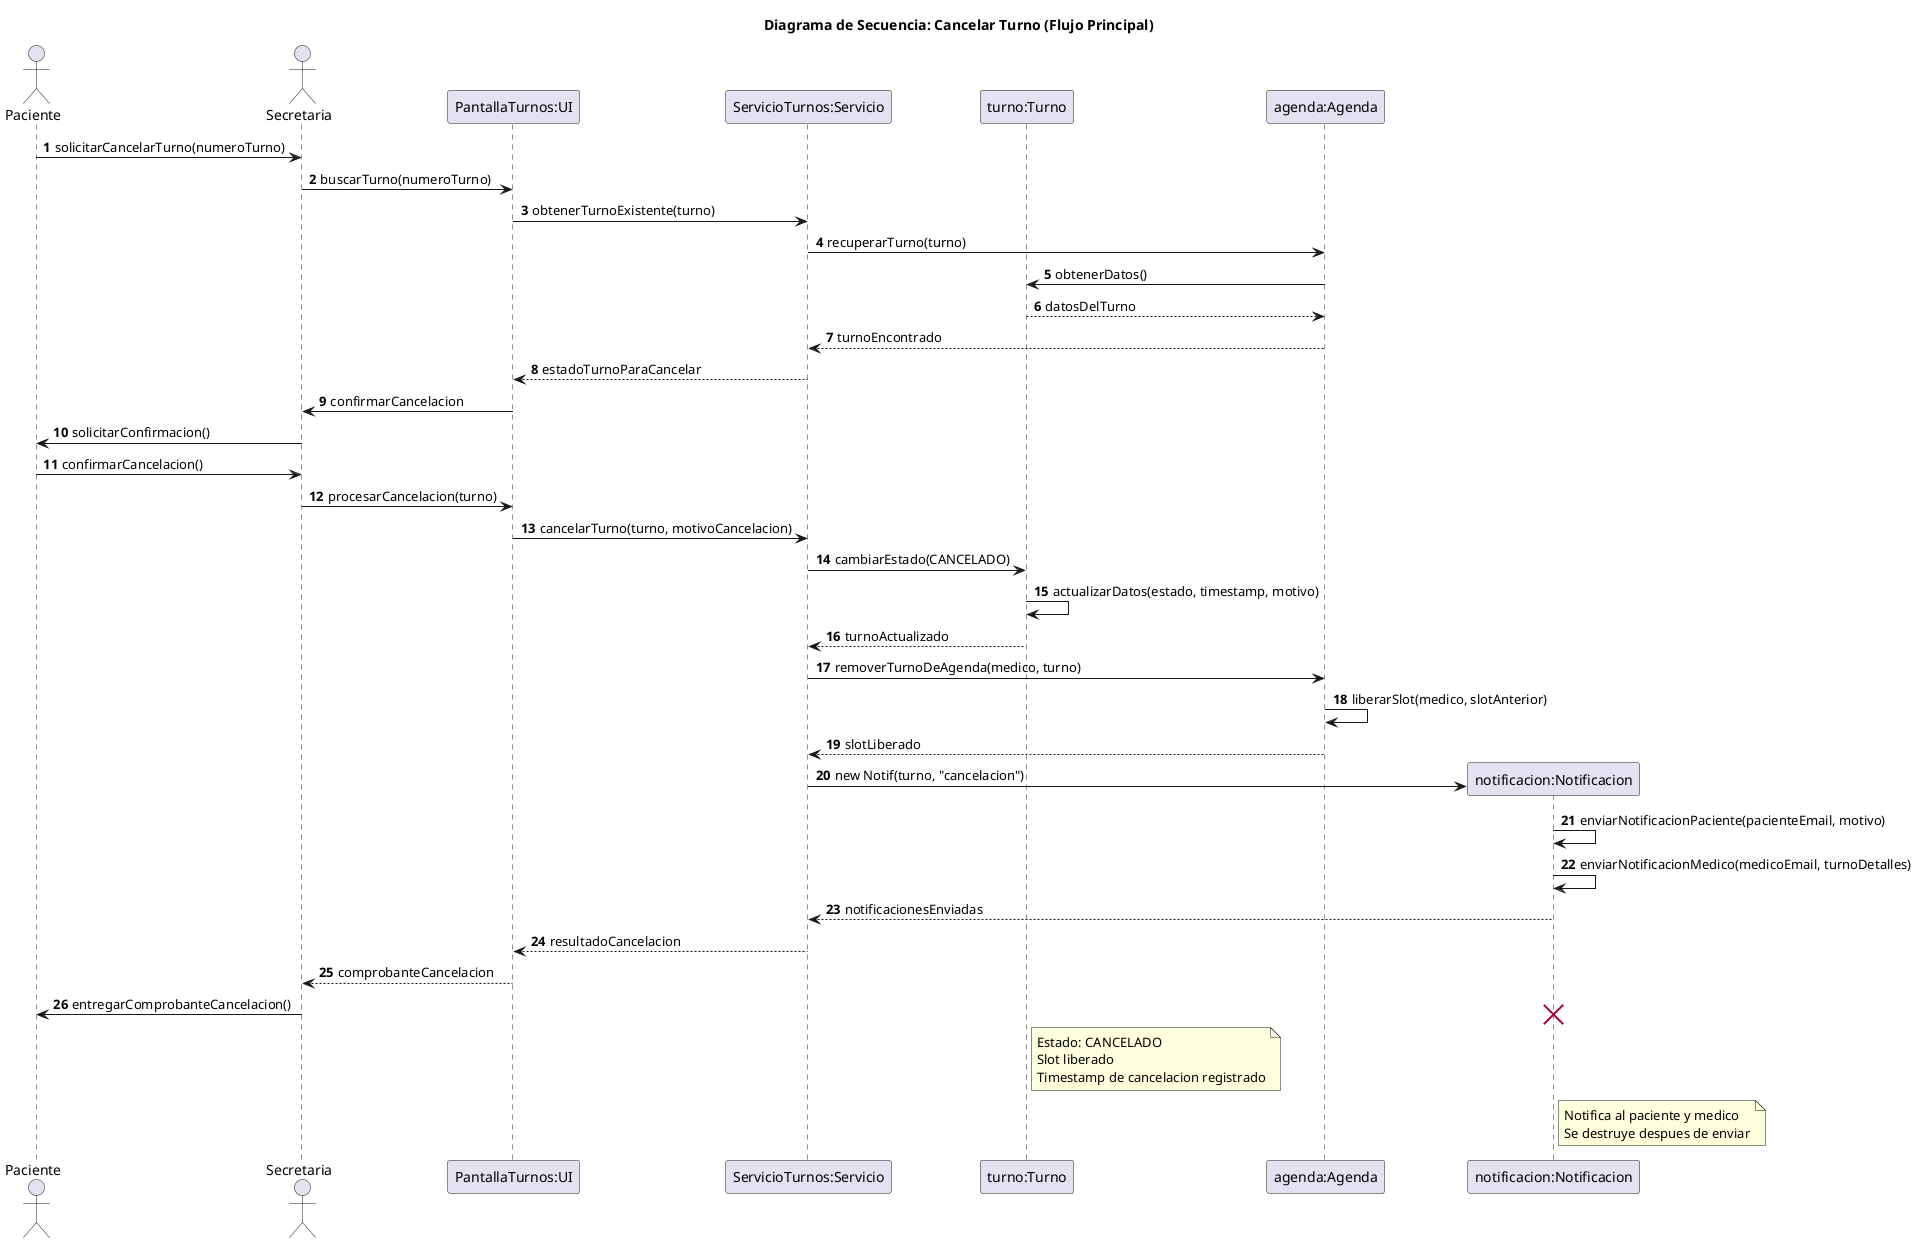
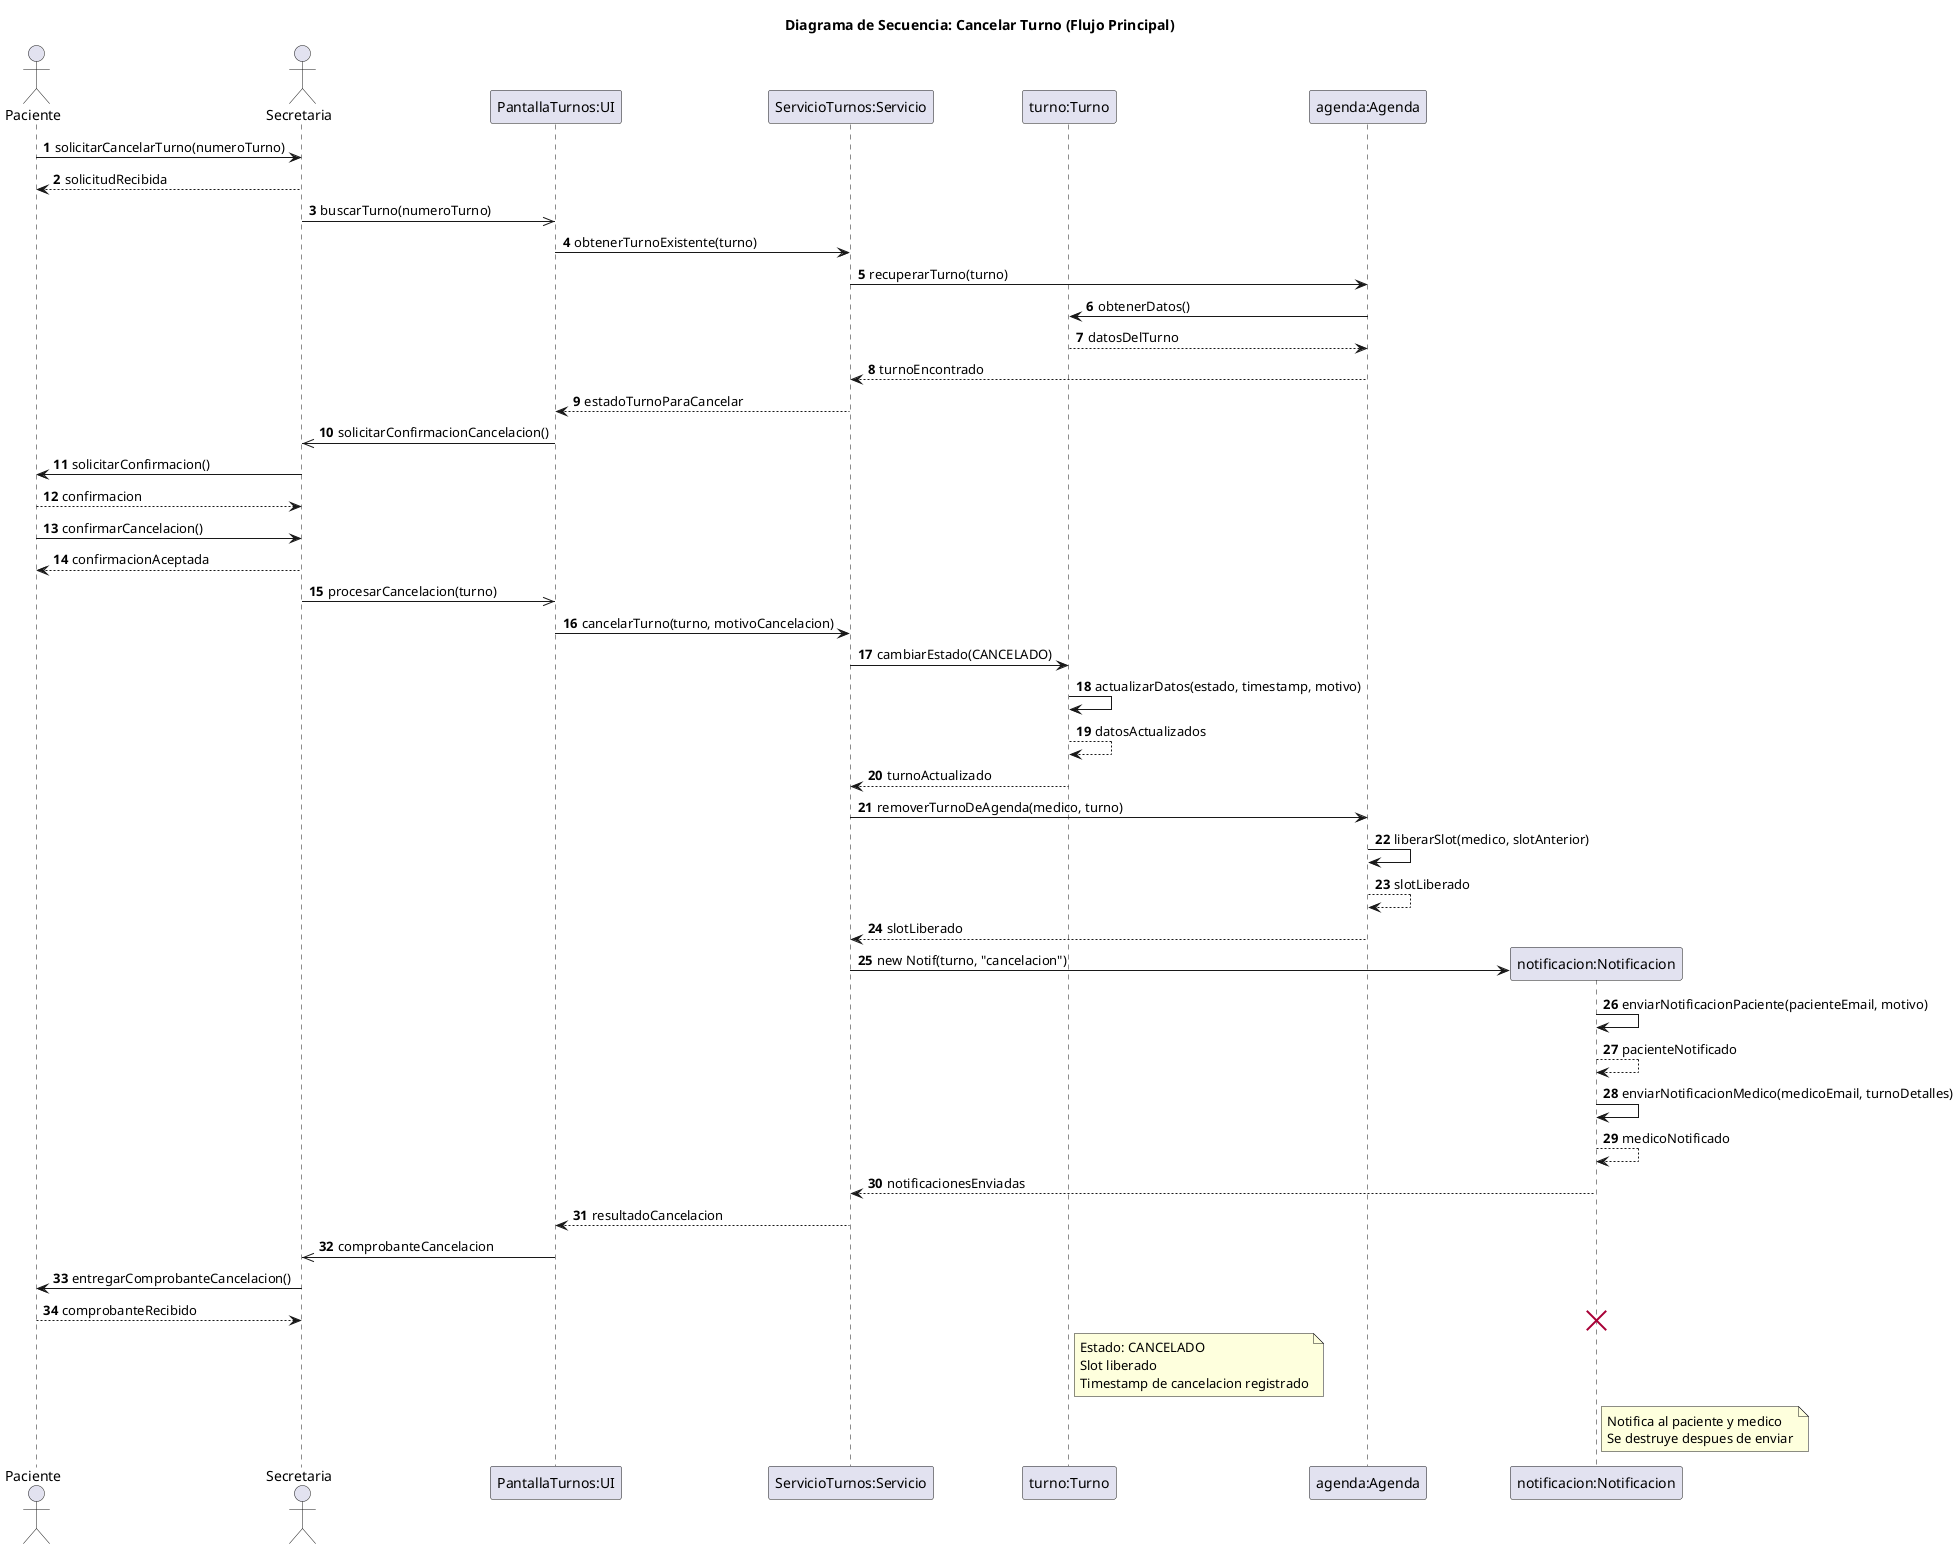
@startuml 05-secuencia-cancelar-turno-flujo-principal-03
title Diagrama de Secuencia: Cancelar Turno (Flujo Principal)

actor Paciente
actor Secretaria
participant "PantallaTurnos:UI" as UI
participant "ServicioTurnos:Servicio" as Servicio
participant "turno:Turno" as Turno
participant "agenda:Agenda" as Agenda
participant "notificacion:Notificacion" as Notif

autonumber

Paciente -> Secretaria: solicitarCancelarTurno(numeroTurno)
- Secretaria -> UI: buscarTurno(numeroTurno)
+ Secretaria --> Paciente: solicitudRecibida
+ Secretaria ->> UI: buscarTurno(numeroTurno)
UI -> Servicio: obtenerTurnoExistente(turno)
Servicio -> Agenda: recuperarTurno(turno)
Agenda -> Turno: obtenerDatos()
Turno --> Agenda: datosDelTurno
Agenda --> Servicio: turnoEncontrado
Servicio --> UI: estadoTurnoParaCancelar
- UI -> Secretaria: confirmarCancelacion
+ UI ->> Secretaria: solicitarConfirmacionCancelacion()
Secretaria -> Paciente: solicitarConfirmacion()
+ Paciente --> Secretaria: confirmacion
Paciente -> Secretaria: confirmarCancelacion()
- Secretaria -> UI: procesarCancelacion(turno)
+ Secretaria --> Paciente: confirmacionAceptada
+ Secretaria ->> UI: procesarCancelacion(turno)
UI -> Servicio: cancelarTurno(turno, motivoCancelacion)
Servicio -> Turno: cambiarEstado(CANCELADO)
Turno -> Turno: actualizarDatos(estado, timestamp, motivo)
+ Turno --> Turno: datosActualizados
Turno --> Servicio: turnoActualizado
Servicio -> Agenda: removerTurnoDeAgenda(medico, turno)
Agenda -> Agenda: liberarSlot(medico, slotAnterior)
+ Agenda --> Agenda: slotLiberado
Agenda --> Servicio: slotLiberado
create Notif
Servicio -> Notif: new Notif(turno, "cancelacion")
Notif -> Notif: enviarNotificacionPaciente(pacienteEmail, motivo)
+ Notif --> Notif: pacienteNotificado
Notif -> Notif: enviarNotificacionMedico(medicoEmail, turnoDetalles)
+ Notif --> Notif: medicoNotificado
Notif --> Servicio: notificacionesEnviadas
Servicio --> UI: resultadoCancelacion
- UI --> Secretaria: comprobanteCancelacion
+ UI ->> Secretaria: comprobanteCancelacion
Secretaria -> Paciente: entregarComprobanteCancelacion()
+ Paciente --> Secretaria: comprobanteRecibido

note right of Turno
  Estado: CANCELADO
  Slot liberado
  Timestamp de cancelacion registrado
end note

note right of Notif
  Notifica al paciente y medico
  Se destruye despues de enviar
end note

destroy Notif

@enduml
